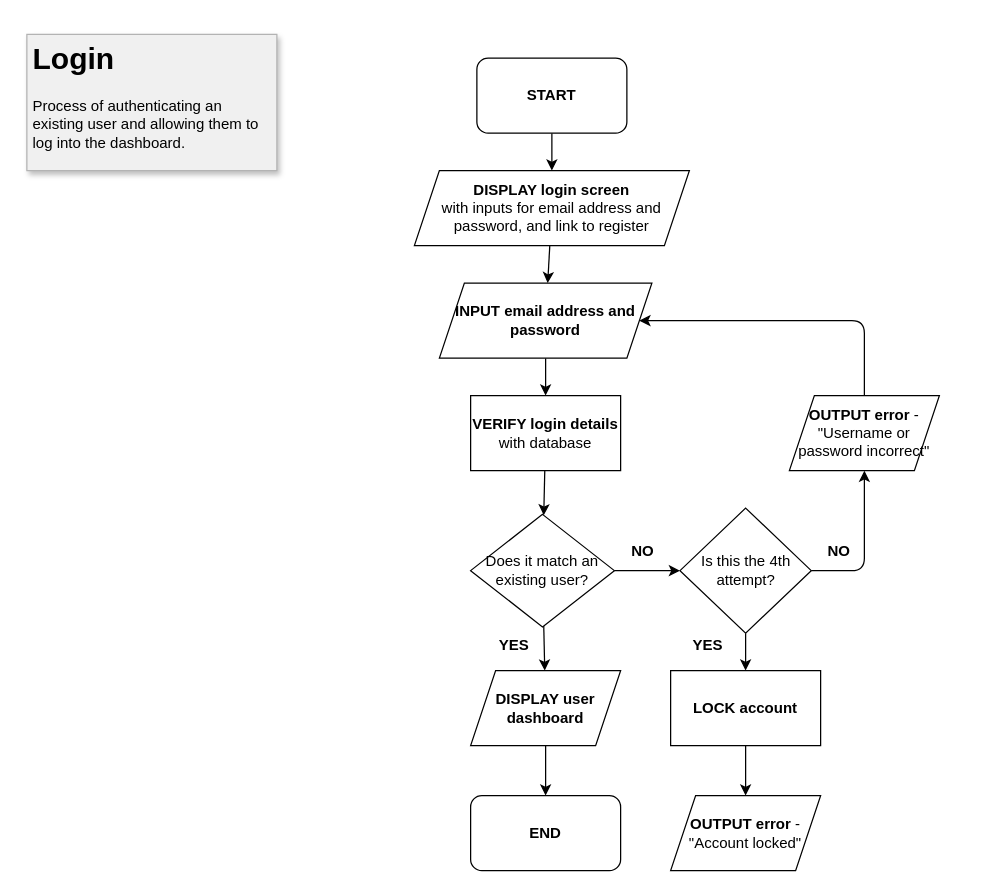
Earlier version of the draw.io diagram page "Login" (2 of 4) of documentation/ModuleDiagrams.drawio (whitneydr/Unit-Testing-System). Source tidied: cells renumbered, new cells numbered last; positions are measured from the earlier drawing's top-left corner, leaving out a move shared by most shapes. Both pictures are drawn from the tidied source at 125%, with x=0, y=0 at pixel (26, 34).
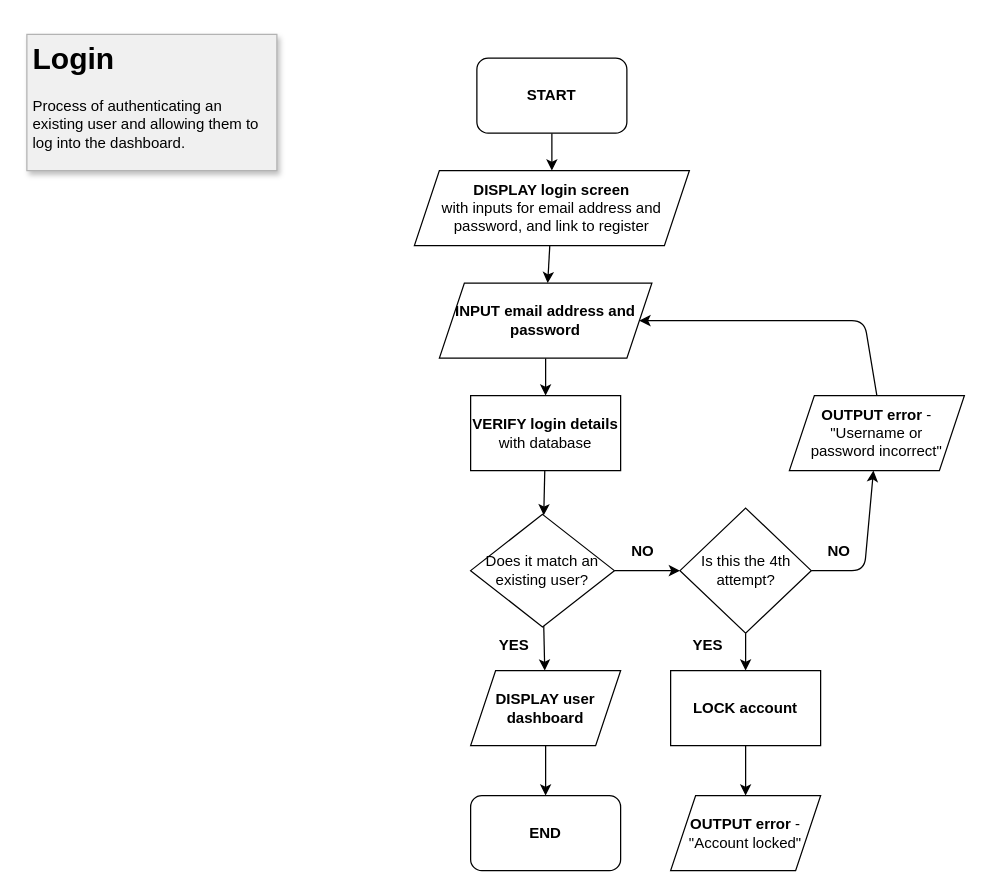
The same diagram, later.

Change to the diagram source:
```diff
@@
-    <mxCell id="18" value="&lt;b&gt;OUTPUT error&lt;/b&gt; - &quot;Username or password incorrect&quot;" style="shape=parallelogram;perimeter=parallelogramPerimeter;whiteSpace=wrap;html=1;fixedSize=1;fillColor=#FFFFFF;strokeColor=#000000;rounded=0;shadow=0;spacingLeft=0;spacingRight=0;spacing=2;" parent="1" vertex="1">
-      <mxGeometry x="610" y="289" width="120" height="60" as="geometry" />
+    <mxCell id="18" value="&lt;b&gt;OUTPUT error&lt;/b&gt; - &quot;Username or password incorrect&quot;" style="shape=parallelogram;perimeter=parallelogramPerimeter;whiteSpace=wrap;html=1;fixedSize=1;fillColor=#FFFFFF;strokeColor=#000000;rounded=0;shadow=0;spacingLeft=8;spacingRight=8;spacing=2;" parent="1" vertex="1">
+      <mxGeometry x="610" y="289" width="140" height="60" as="geometry" />
     </mxCell>
```
